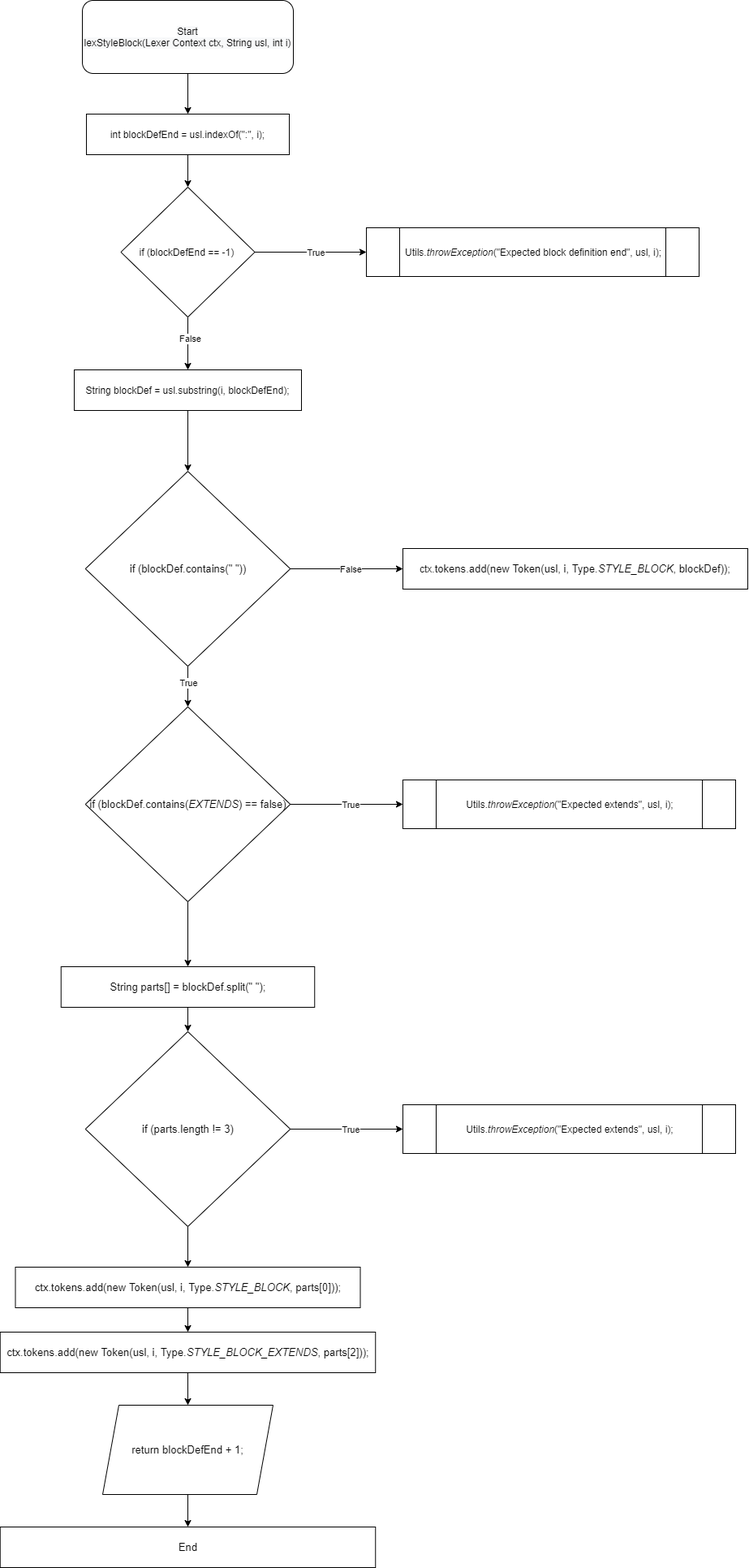
HuberNicolas/swc-group38 keeps this draw.io diagram as Part2/data_flow_lexStyleBlock.png. Above is the earlier version. Source tidied: cells renumbered, new cells last; positions are measured from the earlier drawing's top-left corner, leaving out a move shared by most shapes.
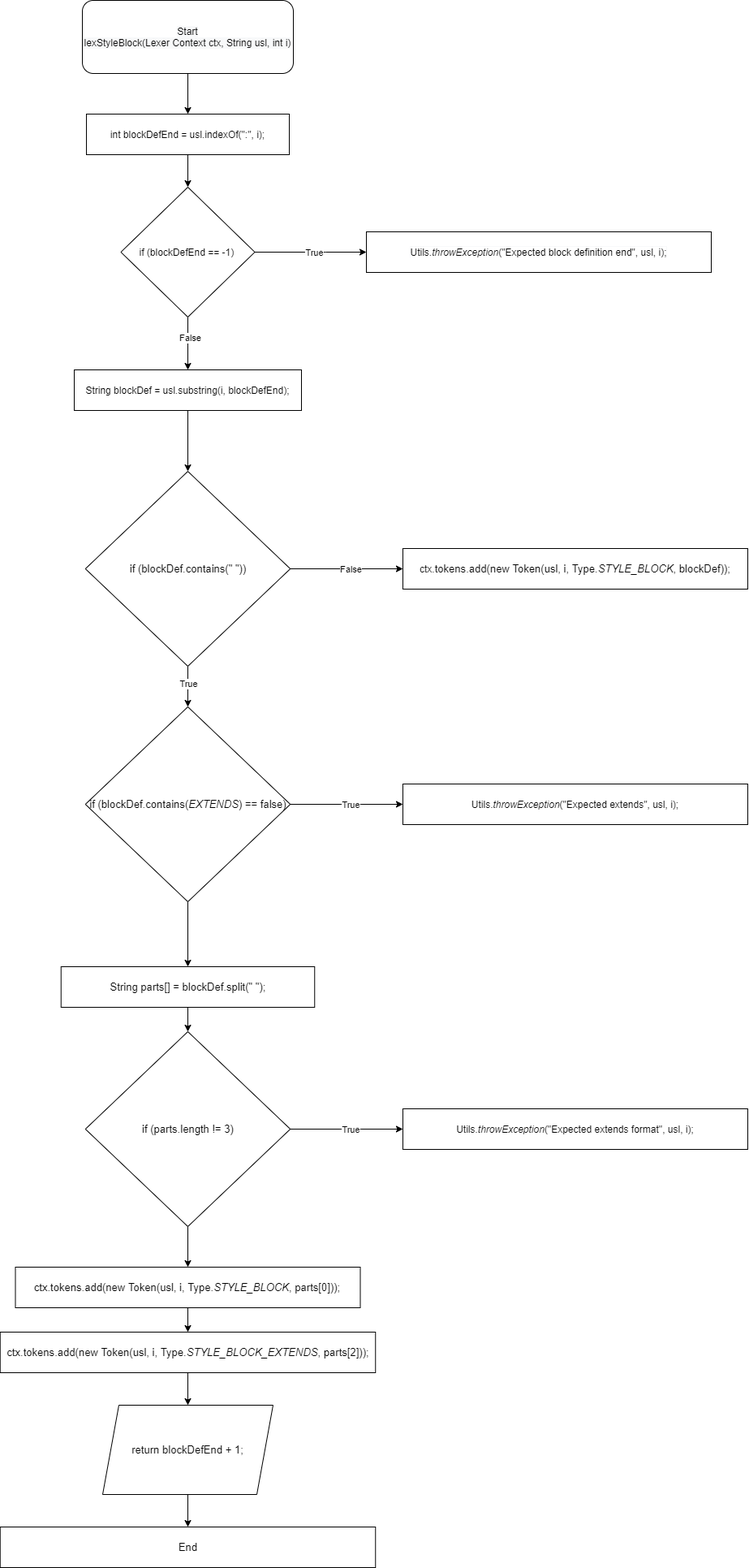
Later version of the same file.

Commit message:
commit dataflow_lexStyleBlock_2

Change to the diagram source:
```diff
@@ -35,9 +35,6 @@
     <mxCell id="10" value="&lt;pre&gt;&lt;span style=&quot;background-color: rgb(255 , 255 , 255)&quot;&gt;&lt;font face=&quot;Helvetica&quot;&gt;if (blockDefEnd == -1) &lt;/font&gt;&lt;/span&gt;&lt;/pre&gt;" style="rhombus;whiteSpace=wrap;html=1;" parent="1" vertex="1">
       <mxGeometry x="148.5" y="230" width="165" height="160" as="geometry" />
     </mxCell>
-    <mxCell id="11" value="&lt;pre style=&quot;font-size: 9.8pt&quot;&gt;&lt;span style=&quot;background-color: rgb(255 , 255 , 255) ; font-size: 12px&quot;&gt;&lt;font face=&quot;Helvetica&quot; style=&quot;font-size: 12px&quot;&gt;Utils.&lt;span style=&quot;font-style: italic&quot;&gt;throwException&lt;/span&gt;(&quot;Expected block definition end&quot;, usl, i);&lt;/font&gt;&lt;/span&gt;&lt;/pre&gt;" style="shape=process;whiteSpace=wrap;html=1;backgroundOutline=1;" parent="1" vertex="1">
-      <mxGeometry x="451" y="280" width="410" height="60" as="geometry" />
-    </mxCell>
     <mxCell id="12" style="edgeStyle=orthogonalEdgeStyle;rounded=0;jettySize=auto;html=1;exitX=0.5;exitY=1;exitDx=0;exitDy=0;entryX=0.5;entryY=0;entryDx=0;entryDy=0;fontFamily=Helvetica;fontColor=#000000;" parent="1" edge="1" source="13" target="21">
       <mxGeometry relative="1" as="geometry" />
     </mxCell>
@@ -58,9 +55,6 @@
     <mxCell id="17" value="True" style="edgeLabel;html=1;align=center;verticalAlign=middle;" parent="16" vertex="1">
       <mxGeometry x="0.06" relative="1" as="geometry" />
     </mxCell>
-    <mxCell id="18" value="&lt;pre style=&quot;font-size: 9.8pt&quot;&gt;&lt;span style=&quot;background-color: rgb(255 , 255 , 255) ; font-size: 12px&quot;&gt;&lt;font face=&quot;Helvetica&quot; style=&quot;font-size: 12px&quot;&gt;Utils.&lt;span style=&quot;font-style: italic&quot;&gt;throwException&lt;/span&gt;(&quot;Expected extends&quot;, usl, i);&lt;/font&gt;&lt;/span&gt;&lt;/pre&gt;" style="shape=process;whiteSpace=wrap;html=1;backgroundOutline=1;" parent="1" vertex="1">
-      <mxGeometry x="496" y="960" width="410" height="60" as="geometry" />
-    </mxCell>
     <mxCell id="19" style="edgeStyle=orthogonalEdgeStyle;rounded=0;jettySize=auto;html=1;exitX=0.5;exitY=1;exitDx=0;exitDy=0;entryX=0.5;entryY=0;entryDx=0;entryDy=0;fontFamily=Helvetica;fontColor=#000000;" parent="1" edge="1" source="21" target="15">
       <mxGeometry relative="1" as="geometry" />
     </mxCell>
@@ -99,9 +93,6 @@
     <mxCell id="30" value="True" style="edgeLabel;html=1;align=center;verticalAlign=middle;" parent="29" vertex="1">
       <mxGeometry x="0.06" relative="1" as="geometry" />
     </mxCell>
-    <mxCell id="31" value="&lt;pre style=&quot;font-size: 9.8pt&quot;&gt;&lt;span style=&quot;background-color: rgb(255 , 255 , 255) ; font-size: 12px&quot;&gt;&lt;font face=&quot;Helvetica&quot; style=&quot;font-size: 12px&quot;&gt;Utils.&lt;span style=&quot;font-style: italic&quot;&gt;throwException&lt;/span&gt;(&quot;Expected extends&quot;, usl, i);&lt;/font&gt;&lt;/span&gt;&lt;/pre&gt;" style="shape=process;whiteSpace=wrap;html=1;backgroundOutline=1;" parent="1" vertex="1">
-      <mxGeometry x="496" y="1360" width="410" height="60" as="geometry" />
-    </mxCell>
     <mxCell id="32" style="edgeStyle=orthogonalEdgeStyle;rounded=0;jettySize=auto;html=1;exitX=0.5;exitY=1;exitDx=0;exitDy=0;entryX=0.5;entryY=0;entryDx=0;entryDy=0;fontFamily=Helvetica;fontColor=#000000;" parent="1" edge="1" source="33" target="35">
       <mxGeometry relative="1" as="geometry" />
     </mxCell>
@@ -123,5 +114,14 @@
     <mxCell id="38" value="&lt;div style=&quot;font-size: 9.8pt&quot;&gt;&lt;div style=&quot;font-size: 9.8pt&quot;&gt;End&lt;/div&gt;&lt;/div&gt;" style="rounded=0;whiteSpace=wrap;html=1;labelBackgroundColor=none;fontFamily=Helvetica;" parent="1" vertex="1">
       <mxGeometry x="-0.2" y="1880" width="462.5" height="50" as="geometry" />
     </mxCell>
+    <mxCell id="39" value="&lt;div&gt;&lt;pre style=&quot;font-size: 9.8pt&quot;&gt;&lt;span style=&quot;background-color: rgb(255 , 255 , 255) ; font-size: 12px&quot;&gt;&lt;font face=&quot;Helvetica&quot;&gt;Utils.&lt;span style=&quot;font-style: italic&quot;&gt;throwException&lt;/span&gt;(&quot;Expected extends&quot;, usl, i);&lt;/font&gt;&lt;/span&gt;&lt;/pre&gt;&lt;/div&gt;" style="rounded=0;whiteSpace=wrap;html=1;labelBackgroundColor=none;fontFamily=Helvetica;" parent="1" vertex="1">
+      <mxGeometry x="496" y="965" width="425" height="50" as="geometry" />
+    </mxCell>
+    <mxCell id="40" value="&lt;div&gt;&lt;pre style=&quot;font-size: 9.8pt&quot;&gt;&lt;span style=&quot;background-color: rgb(255 , 255 , 255) ; font-size: 12px&quot;&gt;&lt;font face=&quot;Helvetica&quot;&gt;Utils.&lt;span style=&quot;font-style: italic&quot;&gt;throwException&lt;/span&gt;(&quot;Expected extends format&quot;, usl, i);&lt;/font&gt;&lt;/span&gt;&lt;/pre&gt;&lt;/div&gt;" style="rounded=0;whiteSpace=wrap;html=1;labelBackgroundColor=none;fontFamily=Helvetica;" parent="1" vertex="1">
+      <mxGeometry x="496" y="1365" width="425" height="50" as="geometry" />
+    </mxCell>
+    <mxCell id="11" value="&#10;&#10;&lt;pre style=&quot;color: rgb(0 , 0 , 0) ; font-style: normal ; font-weight: 400 ; letter-spacing: normal ; text-align: center ; text-indent: 0px ; text-transform: none ; word-spacing: 0px ; background-color: rgb(248 , 249 , 250) ; font-size: 9.8pt&quot;&gt;&lt;span style=&quot;background-color: rgb(255 , 255 , 255) ; font-size: 12px&quot;&gt;&lt;font face=&quot;Helvetica&quot; style=&quot;font-size: 12px&quot;&gt;Utils.&lt;span style=&quot;font-style: italic&quot;&gt;throwException&lt;/span&gt;(&quot;Expected block definition end&quot;, usl, i);&lt;/font&gt;&lt;/span&gt;&lt;/pre&gt;&#10;&#10;" style="rounded=0;whiteSpace=wrap;html=1;labelBackgroundColor=none;fontFamily=Helvetica;" parent="1" vertex="1">
+      <mxGeometry x="451" y="285" width="425" height="50" as="geometry" />
+    </mxCell>
   </root>
 </mxGraphModel>
```
